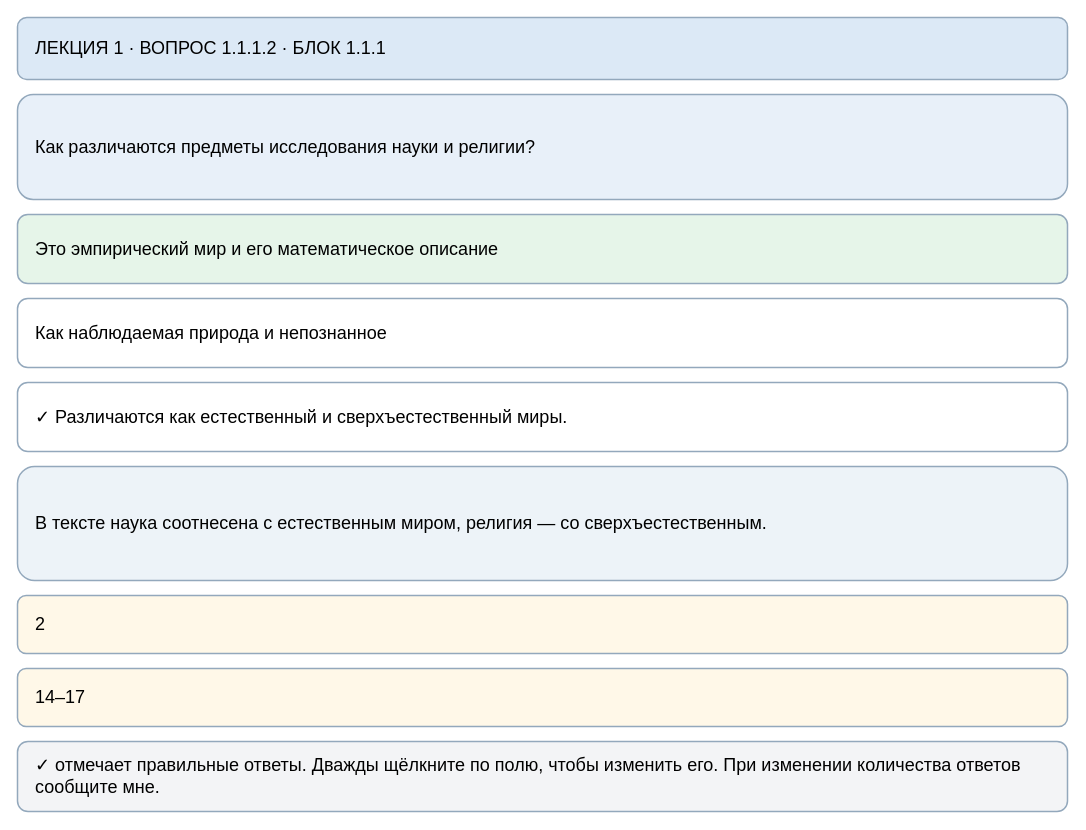
Earlier version of the draw.io diagram page "1.1.1.2" (2 of 36) of maps/lecture-01-test-editor.drawio (slobodatablichka/apologetika-test). Source tidied: cells renumbered, new cells numbered last; positions are measured from the earlier drawing's top-left corner, leaving out a move shared by most shapes. Both pictures are drawn from the tidied source at 100%, with x=0, y=0 at pixel (17, 17).
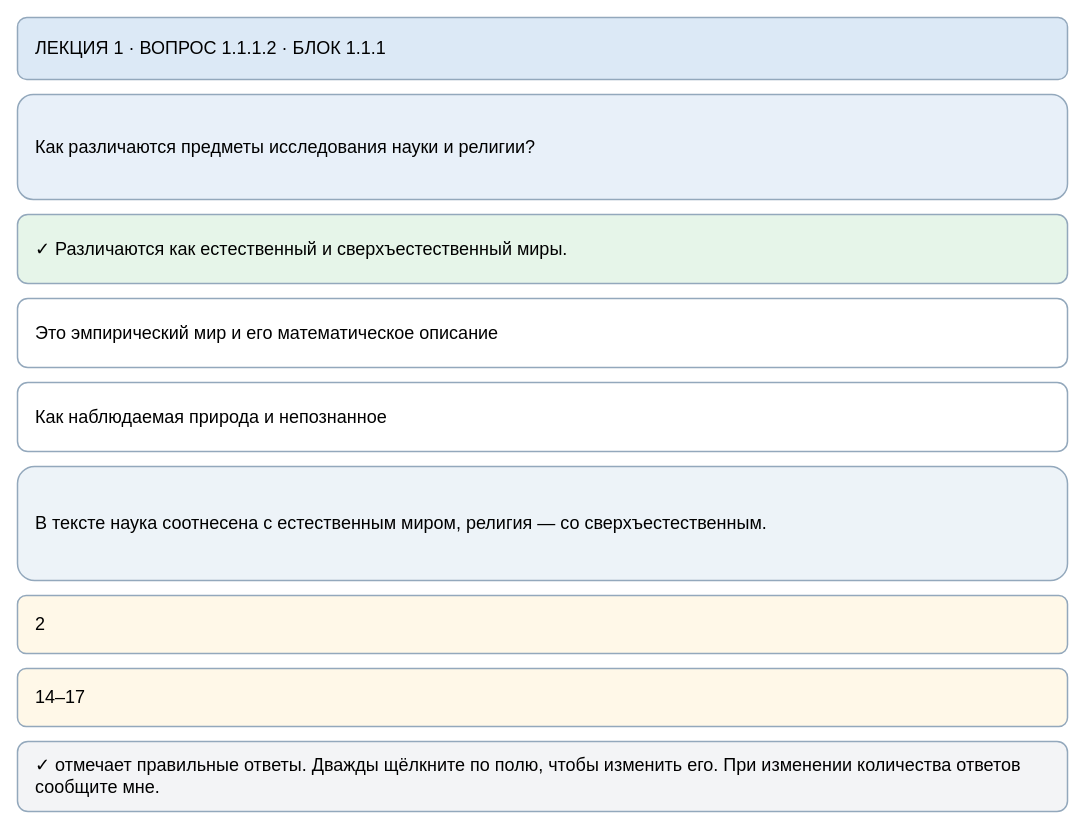
The same page after the edit.

Change to the diagram source:
```diff
@@
 <mxGraphModel>
   <root>
     <mxCell id="0" />
     <mxCell id="1" parent="0" />
     <mxCell id="2" value="ЛЕКЦИЯ 1 · ВОПРОС 1.1.1.2 · БЛОК 1.1.1" style="rounded=1;whiteSpace=wrap;html=1;align=left;verticalAlign=middle;spacingLeft=16;spacingRight=16;fontSize=18;fillColor=#dce9f6;strokeColor=#93a8bc;strokeWidth=1.5;" parent="1" vertex="1">
       <mxGeometry width="1050" height="62" as="geometry" />
     </mxCell>
     <mxCell id="3" value="Как различаются предметы исследования науки и религии?" style="rounded=1;whiteSpace=wrap;html=1;align=left;verticalAlign=middle;spacingLeft=16;spacingRight=16;fontSize=18;fillColor=#e8f0f9;strokeColor=#93a8bc;strokeWidth=1.5;" parent="1" vertex="1">
       <mxGeometry y="77" width="1050" height="105" as="geometry" />
     </mxCell>
-    <mxCell id="4" value="Это эмпирический мир и его математическое описание" style="rounded=1;whiteSpace=wrap;html=1;align=left;verticalAlign=middle;spacingLeft=16;spacingRight=16;fontSize=18;fillColor=#e6f5e9;strokeColor=#93a8bc;strokeWidth=1.5;" parent="1" vertex="1">
+    <mxCell id="4" value="✓ Различаются как естественный и сверхъестественный миры." style="rounded=1;whiteSpace=wrap;html=1;align=left;verticalAlign=middle;spacingLeft=16;spacingRight=16;fontSize=18;fillColor=#e6f5e9;strokeColor=#93a8bc;strokeWidth=1.5;" parent="1" vertex="1">
       <mxGeometry y="197" width="1050" height="69" as="geometry" />
     </mxCell>
-    <mxCell id="5" value="Как наблюдаемая природа и непознанное" style="rounded=1;whiteSpace=wrap;html=1;align=left;verticalAlign=middle;spacingLeft=16;spacingRight=16;fontSize=18;fillColor=#ffffff;strokeColor=#93a8bc;strokeWidth=1.5;" parent="1" vertex="1">
+    <mxCell id="5" value="Это эмпирический мир и его математическое описание" style="rounded=1;whiteSpace=wrap;html=1;align=left;verticalAlign=middle;spacingLeft=16;spacingRight=16;fontSize=18;fillColor=#ffffff;strokeColor=#93a8bc;strokeWidth=1.5;" parent="1" vertex="1">
       <mxGeometry y="281" width="1050" height="69" as="geometry" />
     </mxCell>
-    <mxCell id="6" value="✓ Различаются как естественный и сверхъестественный миры." style="rounded=1;whiteSpace=wrap;html=1;align=left;verticalAlign=middle;spacingLeft=16;spacingRight=16;fontSize=18;fillColor=#ffffff;strokeColor=#93a8bc;strokeWidth=1.5;" parent="1" vertex="1">
+    <mxCell id="6" value="Как наблюдаемая природа и непознанное" style="rounded=1;whiteSpace=wrap;html=1;align=left;verticalAlign=middle;spacingLeft=16;spacingRight=16;fontSize=18;fillColor=#ffffff;strokeColor=#93a8bc;strokeWidth=1.5;" parent="1" vertex="1">
       <mxGeometry y="365" width="1050" height="69" as="geometry" />
     </mxCell>
     <mxCell id="7" value="В тексте наука соотнесена с естественным миром, религия — со сверхъестественным." style="rounded=1;whiteSpace=wrap;html=1;align=left;verticalAlign=middle;spacingLeft=16;spacingRight=16;fontSize=18;fillColor=#edf3f8;strokeColor=#93a8bc;strokeWidth=1.5;" parent="1" vertex="1">
       <mxGeometry y="449" width="1050" height="114" as="geometry" />
     </mxCell>
     <mxCell id="8" value="2" style="rounded=1;whiteSpace=wrap;html=1;align=left;verticalAlign=middle;spacingLeft=16;spacingRight=16;fontSize=18;fillColor=#fff8e8;strokeColor=#93a8bc;strokeWidth=1.5;" parent="1" vertex="1">
       <mxGeometry y="578" width="1050" height="58" as="geometry" />
     </mxCell>
     <mxCell id="9" value="14–17" style="rounded=1;whiteSpace=wrap;html=1;align=left;verticalAlign=middle;spacingLeft=16;spacingRight=16;fontSize=18;fillColor=#fff8e8;strokeColor=#93a8bc;strokeWidth=1.5;" parent="1" vertex="1">
       <mxGeometry y="651" width="1050" height="58" as="geometry" />
     </mxCell>
     <mxCell id="10" value="✓ отмечает правильные ответы. Дважды щёлкните по полю, чтобы изменить его. При изменении количества ответов сообщите мне." style="rounded=1;whiteSpace=wrap;html=1;align=left;verticalAlign=middle;spacingLeft=16;spacingRight=16;fontSize=18;fillColor=#f3f4f6;strokeColor=#93a8bc;strokeWidth=1.5;" parent="1" vertex="1">
       <mxGeometry y="724" width="1050" height="70" as="geometry" />
     </mxCell>
   </root>
 </mxGraphModel>
```
